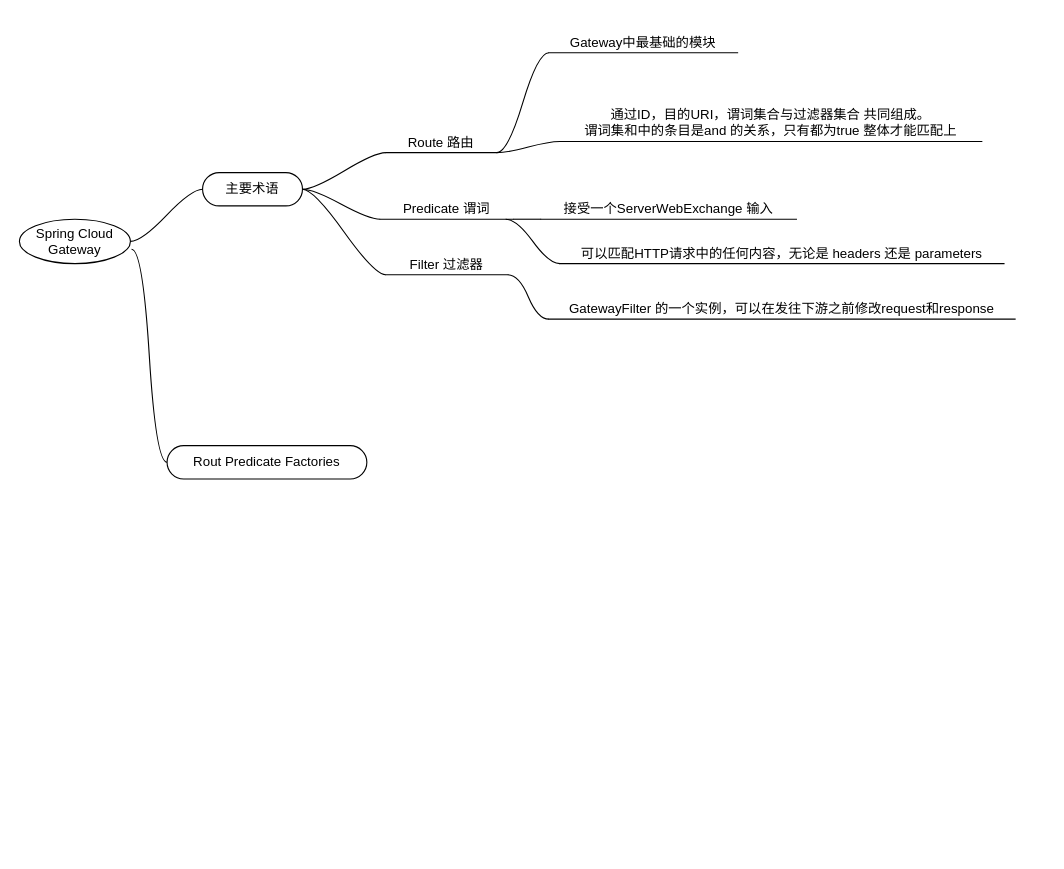
XiongZen/springLearn keeps this draw.io diagram as Spring-cloud-Gateway.drawio. Above is the earlier version. Source tidied: cells renumbered, new cells numbered last; positions are measured from the earlier drawing's top-left corner, leaving out a move shared by most shapes. Both pictures are drawn from the tidied source at 111%, with x=0, y=0 at pixel (19, 19).
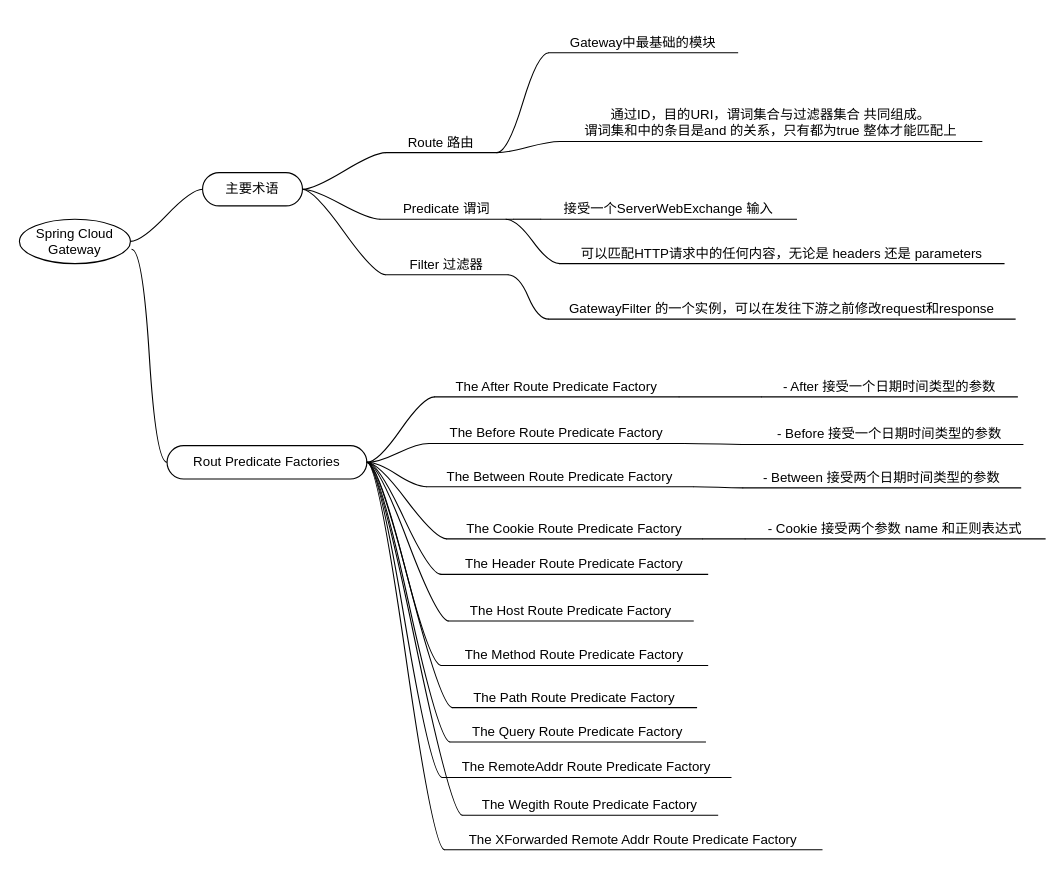
Above is the later version.

Unchanged cells that the change refers to:
```xml
<mxCell id="21" value="Rout Predicate Factories" style="whiteSpace=wrap;html=1;rounded=1;arcSize=50;align=center;verticalAlign=middle;strokeWidth=1;spacing=4;newEdgeStyle={&quot;edgeStyle&quot;:&quot;entityRelationEdgeStyle&quot;,&quot;startArrow&quot;:&quot;none&quot;,&quot;endArrow&quot;:&quot;none&quot;,&quot;segment&quot;:10,&quot;curved&quot;:1,&quot;sourcePerimeterSpacing&quot;:0,&quot;targetPerimeterSpacing&quot;:0};" parent="1" vertex="1">
  <mxGeometry x="133" y="384" width="180" height="30" as="geometry" />
</mxCell>
```

Diff of the diagram source:
```diff
@@
+    <mxCell id="23" style="edgeStyle=entityRelationEdgeStyle;rounded=0;jettySize=auto;html=1;startArrow=none;endArrow=none;segment=10;curved=1;sourcePerimeterSpacing=0;targetPerimeterSpacing=0;exitX=1;exitY=0.5;exitDx=0;exitDy=0;" parent="1" edge="1" source="21" target="29">
+      <mxGeometry relative="1" as="geometry" />
+    </mxCell>
+    <mxCell id="24" style="edgeStyle=entityRelationEdgeStyle;rounded=0;jettySize=auto;html=1;startArrow=none;endArrow=none;segment=10;curved=1;sourcePerimeterSpacing=0;targetPerimeterSpacing=0;" parent="1" edge="1" source="25" target="51">
+      <mxGeometry relative="1" as="geometry" />
+    </mxCell>
+    <mxCell id="25" value="The After Route Predicate Factory" style="whiteSpace=wrap;html=1;shape=partialRectangle;top=0;left=0;bottom=1;right=0;points=[[0,1],[1,1]];fillColor=none;align=center;verticalAlign=bottom;routingCenterY=0.5;snapToPoint=1;newEdgeStyle={&quot;edgeStyle&quot;:&quot;entityRelationEdgeStyle&quot;,&quot;startArrow&quot;:&quot;none&quot;,&quot;endArrow&quot;:&quot;none&quot;,&quot;segment&quot;:10,&quot;curved&quot;:1,&quot;sourcePerimeterSpacing&quot;:0,&quot;targetPerimeterSpacing&quot;:0};" parent="1" vertex="1">
+      <mxGeometry x="374" y="310" width="220" height="30" as="geometry" />
+    </mxCell>
+    <mxCell id="26" style="edgeStyle=entityRelationEdgeStyle;startArrow=none;endArrow=none;segment=10;curved=1;sourcePerimeterSpacing=0;targetPerimeterSpacing=0;rounded=0;" parent="1" edge="1" source="21" target="25">
+      <mxGeometry relative="1" as="geometry" />
+    </mxCell>
+    <mxCell id="27" style="edgeStyle=entityRelationEdgeStyle;rounded=0;jettySize=auto;html=1;startArrow=none;endArrow=none;segment=10;curved=1;sourcePerimeterSpacing=0;targetPerimeterSpacing=0;" parent="1" edge="1" source="21" target="32">
+      <mxGeometry relative="1" as="geometry" />
+    </mxCell>
+    <mxCell id="28" style="edgeStyle=entityRelationEdgeStyle;rounded=0;jettySize=auto;html=1;startArrow=none;endArrow=none;segment=10;curved=1;sourcePerimeterSpacing=0;targetPerimeterSpacing=0;" parent="1" edge="1" source="29" target="52">
+      <mxGeometry relative="1" as="geometry" />
+    </mxCell>
+    <mxCell id="29" value="The Before Route Predicate Factory" style="whiteSpace=wrap;html=1;shape=partialRectangle;top=0;left=0;bottom=1;right=0;points=[[0,1],[1,1]];fillColor=none;align=center;verticalAlign=bottom;routingCenterY=0.5;snapToPoint=1;newEdgeStyle={&quot;edgeStyle&quot;:&quot;entityRelationEdgeStyle&quot;,&quot;startArrow&quot;:&quot;none&quot;,&quot;endArrow&quot;:&quot;none&quot;,&quot;segment&quot;:10,&quot;curved&quot;:1,&quot;sourcePerimeterSpacing&quot;:0,&quot;targetPerimeterSpacing&quot;:0};" parent="1" vertex="1">
+      <mxGeometry x="369" y="352" width="230" height="30" as="geometry" />
+    </mxCell>
+    <mxCell id="30" style="edgeStyle=entityRelationEdgeStyle;rounded=0;jettySize=auto;html=1;startArrow=none;endArrow=none;segment=10;curved=1;sourcePerimeterSpacing=0;targetPerimeterSpacing=0;" parent="1" edge="1" source="21" target="35">
+      <mxGeometry relative="1" as="geometry" />
+    </mxCell>
+    <mxCell id="31" style="edgeStyle=entityRelationEdgeStyle;rounded=0;jettySize=auto;html=1;startArrow=none;endArrow=none;segment=10;curved=1;sourcePerimeterSpacing=0;targetPerimeterSpacing=0;" parent="1" edge="1" source="32" target="53">
+      <mxGeometry relative="1" as="geometry" />
+    </mxCell>
+    <mxCell id="32" value="The Between Route Predicate Factory" style="whiteSpace=wrap;html=1;shape=partialRectangle;top=0;left=0;bottom=1;right=0;points=[[0,1],[1,1]];fillColor=none;align=center;verticalAlign=bottom;routingCenterY=0.5;snapToPoint=1;newEdgeStyle={&quot;edgeStyle&quot;:&quot;entityRelationEdgeStyle&quot;,&quot;startArrow&quot;:&quot;none&quot;,&quot;endArrow&quot;:&quot;none&quot;,&quot;segment&quot;:10,&quot;curved&quot;:1,&quot;sourcePerimeterSpacing&quot;:0,&quot;targetPerimeterSpacing&quot;:0};" parent="1" vertex="1">
+      <mxGeometry x="367" y="391" width="240" height="30" as="geometry" />
+    </mxCell>
+    <mxCell id="33" style="edgeStyle=entityRelationEdgeStyle;rounded=0;jettySize=auto;html=1;startArrow=none;endArrow=none;segment=10;curved=1;sourcePerimeterSpacing=0;targetPerimeterSpacing=0;" parent="1" edge="1" source="21" target="37">
+      <mxGeometry relative="1" as="geometry">
+        <Array as="points">
+          <mxPoint x="300" y="420" />
+        </Array>
+      </mxGeometry>
+    </mxCell>
+    <mxCell id="34" style="edgeStyle=entityRelationEdgeStyle;rounded=0;jettySize=auto;html=1;startArrow=none;endArrow=none;segment=10;curved=1;sourcePerimeterSpacing=0;targetPerimeterSpacing=0;" parent="1" edge="1" source="35" target="54">
+      <mxGeometry relative="1" as="geometry" />
+    </mxCell>
+    <mxCell id="35" value="The Cookie Route Predicate Factory" style="whiteSpace=wrap;html=1;shape=partialRectangle;top=0;left=0;bottom=1;right=0;points=[[0,1],[1,1]];fillColor=none;align=center;verticalAlign=bottom;routingCenterY=0.5;snapToPoint=1;newEdgeStyle={&quot;edgeStyle&quot;:&quot;entityRelationEdgeStyle&quot;,&quot;startArrow&quot;:&quot;none&quot;,&quot;endArrow&quot;:&quot;none&quot;,&quot;segment&quot;:10,&quot;curved&quot;:1,&quot;sourcePerimeterSpacing&quot;:0,&quot;targetPerimeterSpacing&quot;:0};" parent="1" vertex="1">
+      <mxGeometry x="385" y="438" width="230" height="30" as="geometry" />
+    </mxCell>
+    <mxCell id="36" style="edgeStyle=entityRelationEdgeStyle;rounded=0;jettySize=auto;html=1;startArrow=none;endArrow=none;segment=10;curved=1;sourcePerimeterSpacing=0;targetPerimeterSpacing=0;" parent="1" edge="1" source="21" target="39">
+      <mxGeometry relative="1" as="geometry" />
+    </mxCell>
+    <mxCell id="37" value="The Header Route Predicate Factory" style="whiteSpace=wrap;html=1;shape=partialRectangle;top=0;left=0;bottom=1;right=0;points=[[0,1],[1,1]];fillColor=none;align=center;verticalAlign=bottom;routingCenterY=0.5;snapToPoint=1;newEdgeStyle={&quot;edgeStyle&quot;:&quot;entityRelationEdgeStyle&quot;,&quot;startArrow&quot;:&quot;none&quot;,&quot;endArrow&quot;:&quot;none&quot;,&quot;segment&quot;:10,&quot;curved&quot;:1,&quot;sourcePerimeterSpacing&quot;:0,&quot;targetPerimeterSpacing&quot;:0};" parent="1" vertex="1">
+      <mxGeometry x="380" y="470" width="240" height="30" as="geometry" />
+    </mxCell>
+    <mxCell id="38" style="edgeStyle=entityRelationEdgeStyle;rounded=0;jettySize=auto;html=1;startArrow=none;endArrow=none;segment=10;curved=1;sourcePerimeterSpacing=0;targetPerimeterSpacing=0;" parent="1" edge="1" source="21" target="41">
+      <mxGeometry relative="1" as="geometry" />
+    </mxCell>
+    <mxCell id="39" value="The Host Route Predicate Factory" style="whiteSpace=wrap;html=1;shape=partialRectangle;top=0;left=0;bottom=1;right=0;points=[[0,1],[1,1]];fillColor=none;align=center;verticalAlign=bottom;routingCenterY=0.5;snapToPoint=1;newEdgeStyle={&quot;edgeStyle&quot;:&quot;entityRelationEdgeStyle&quot;,&quot;startArrow&quot;:&quot;none&quot;,&quot;endArrow&quot;:&quot;none&quot;,&quot;segment&quot;:10,&quot;curved&quot;:1,&quot;sourcePerimeterSpacing&quot;:0,&quot;targetPerimeterSpacing&quot;:0};" parent="1" vertex="1">
+      <mxGeometry x="387" y="512" width="220" height="30" as="geometry" />
+    </mxCell>
+    <mxCell id="40" style="edgeStyle=entityRelationEdgeStyle;rounded=0;jettySize=auto;html=1;startArrow=none;endArrow=none;segment=10;curved=1;sourcePerimeterSpacing=0;targetPerimeterSpacing=0;" parent="1" edge="1" source="21" target="43">
+      <mxGeometry relative="1" as="geometry" />
+    </mxCell>
+    <mxCell id="41" value="The Method Route Predicate Factory" style="whiteSpace=wrap;html=1;shape=partialRectangle;top=0;left=0;bottom=1;right=0;points=[[0,1],[1,1]];fillColor=none;align=center;verticalAlign=bottom;routingCenterY=0.5;snapToPoint=1;newEdgeStyle={&quot;edgeStyle&quot;:&quot;entityRelationEdgeStyle&quot;,&quot;startArrow&quot;:&quot;none&quot;,&quot;endArrow&quot;:&quot;none&quot;,&quot;segment&quot;:10,&quot;curved&quot;:1,&quot;sourcePerimeterSpacing&quot;:0,&quot;targetPerimeterSpacing&quot;:0};" parent="1" vertex="1">
+      <mxGeometry x="380" y="552" width="240" height="30" as="geometry" />
+    </mxCell>
+    <mxCell id="42" style="edgeStyle=entityRelationEdgeStyle;rounded=0;jettySize=auto;html=1;startArrow=none;endArrow=none;segment=10;curved=1;sourcePerimeterSpacing=0;targetPerimeterSpacing=0;" parent="1" edge="1" source="21" target="45">
+      <mxGeometry relative="1" as="geometry" />
+    </mxCell>
+    <mxCell id="43" value="The Path Route Predicate Factory" style="whiteSpace=wrap;html=1;shape=partialRectangle;top=0;left=0;bottom=1;right=0;points=[[0,1],[1,1]];fillColor=none;align=center;verticalAlign=bottom;routingCenterY=0.5;snapToPoint=1;newEdgeStyle={&quot;edgeStyle&quot;:&quot;entityRelationEdgeStyle&quot;,&quot;startArrow&quot;:&quot;none&quot;,&quot;endArrow&quot;:&quot;none&quot;,&quot;segment&quot;:10,&quot;curved&quot;:1,&quot;sourcePerimeterSpacing&quot;:0,&quot;targetPerimeterSpacing&quot;:0};" parent="1" vertex="1">
+      <mxGeometry x="390" y="590" width="220" height="30" as="geometry" />
+    </mxCell>
+    <mxCell id="44" style="edgeStyle=entityRelationEdgeStyle;rounded=0;jettySize=auto;html=1;startArrow=none;endArrow=none;segment=10;curved=1;sourcePerimeterSpacing=0;targetPerimeterSpacing=0;exitX=1;exitY=0.5;exitDx=0;exitDy=0;" parent="1" edge="1" source="21" target="47">
+      <mxGeometry relative="1" as="geometry" />
+    </mxCell>
+    <mxCell id="45" value="The Query Route Predicate Factory" style="whiteSpace=wrap;html=1;shape=partialRectangle;top=0;left=0;bottom=1;right=0;points=[[0,1],[1,1]];fillColor=none;align=center;verticalAlign=bottom;routingCenterY=0.5;snapToPoint=1;newEdgeStyle={&quot;edgeStyle&quot;:&quot;entityRelationEdgeStyle&quot;,&quot;startArrow&quot;:&quot;none&quot;,&quot;endArrow&quot;:&quot;none&quot;,&quot;segment&quot;:10,&quot;curved&quot;:1,&quot;sourcePerimeterSpacing&quot;:0,&quot;targetPerimeterSpacing&quot;:0};" parent="1" vertex="1">
+      <mxGeometry x="388" y="621" width="230" height="30" as="geometry" />
+    </mxCell>
+    <mxCell id="46" style="edgeStyle=entityRelationEdgeStyle;rounded=0;jettySize=auto;html=1;startArrow=none;endArrow=none;segment=10;curved=1;sourcePerimeterSpacing=0;targetPerimeterSpacing=0;" parent="1" edge="1" source="21" target="49">
+      <mxGeometry relative="1" as="geometry" />
+    </mxCell>
+    <mxCell id="47" value="The RemoteAddr Route Predicate Factory" style="whiteSpace=wrap;html=1;shape=partialRectangle;top=0;left=0;bottom=1;right=0;points=[[0,1],[1,1]];fillColor=none;align=center;verticalAlign=bottom;routingCenterY=0.5;snapToPoint=1;newEdgeStyle={&quot;edgeStyle&quot;:&quot;entityRelationEdgeStyle&quot;,&quot;startArrow&quot;:&quot;none&quot;,&quot;endArrow&quot;:&quot;none&quot;,&quot;segment&quot;:10,&quot;curved&quot;:1,&quot;sourcePerimeterSpacing&quot;:0,&quot;targetPerimeterSpacing&quot;:0};" parent="1" vertex="1">
+      <mxGeometry x="381" y="653" width="260" height="30" as="geometry" />
+    </mxCell>
+    <mxCell id="48" style="edgeStyle=entityRelationEdgeStyle;rounded=0;jettySize=auto;html=1;startArrow=none;endArrow=none;segment=10;curved=1;sourcePerimeterSpacing=0;targetPerimeterSpacing=0;" parent="1" edge="1" source="21" target="50">
+      <mxGeometry relative="1" as="geometry" />
+    </mxCell>
+    <mxCell id="49" value="The Wegith Route Predicate Factory" style="whiteSpace=wrap;html=1;shape=partialRectangle;top=0;left=0;bottom=1;right=0;points=[[0,1],[1,1]];fillColor=none;align=center;verticalAlign=bottom;routingCenterY=0.5;snapToPoint=1;newEdgeStyle={&quot;edgeStyle&quot;:&quot;entityRelationEdgeStyle&quot;,&quot;startArrow&quot;:&quot;none&quot;,&quot;endArrow&quot;:&quot;none&quot;,&quot;segment&quot;:10,&quot;curved&quot;:1,&quot;sourcePerimeterSpacing&quot;:0,&quot;targetPerimeterSpacing&quot;:0};" parent="1" vertex="1">
+      <mxGeometry x="399" y="687" width="230" height="30" as="geometry" />
+    </mxCell>
+    <mxCell id="50" value="The XForwarded Remote Addr Route Predicate Factory" style="whiteSpace=wrap;html=1;shape=partialRectangle;top=0;left=0;bottom=1;right=0;points=[[0,1],[1,1]];fillColor=none;align=center;verticalAlign=bottom;routingCenterY=0.5;snapToPoint=1;newEdgeStyle={&quot;edgeStyle&quot;:&quot;entityRelationEdgeStyle&quot;,&quot;startArrow&quot;:&quot;none&quot;,&quot;endArrow&quot;:&quot;none&quot;,&quot;segment&quot;:10,&quot;curved&quot;:1,&quot;sourcePerimeterSpacing&quot;:0,&quot;targetPerimeterSpacing&quot;:0};" parent="1" vertex="1">
+      <mxGeometry x="383" y="718" width="340" height="30" as="geometry" />
+    </mxCell>
+    <mxCell id="51" value="- After 接受一个日期时间类型的参数" style="whiteSpace=wrap;html=1;shape=partialRectangle;top=0;left=0;bottom=1;right=0;points=[[0,1],[1,1]];fillColor=none;align=center;verticalAlign=bottom;routingCenterY=0.5;snapToPoint=1;newEdgeStyle={&quot;edgeStyle&quot;:&quot;entityRelationEdgeStyle&quot;,&quot;startArrow&quot;:&quot;none&quot;,&quot;endArrow&quot;:&quot;none&quot;,&quot;segment&quot;:10,&quot;curved&quot;:1,&quot;sourcePerimeterSpacing&quot;:0,&quot;targetPerimeterSpacing&quot;:0};" parent="1" vertex="1">
+      <mxGeometry x="669" y="310" width="230" height="30" as="geometry" />
+    </mxCell>
+    <mxCell id="52" value="- Before 接受一个日期时间类型的参数" style="whiteSpace=wrap;html=1;shape=partialRectangle;top=0;left=0;bottom=1;right=0;points=[[0,1],[1,1]];fillColor=none;align=center;verticalAlign=bottom;routingCenterY=0.5;snapToPoint=1;newEdgeStyle={&quot;edgeStyle&quot;:&quot;entityRelationEdgeStyle&quot;,&quot;startArrow&quot;:&quot;none&quot;,&quot;endArrow&quot;:&quot;none&quot;,&quot;segment&quot;:10,&quot;curved&quot;:1,&quot;sourcePerimeterSpacing&quot;:0,&quot;targetPerimeterSpacing&quot;:0};" parent="1" vertex="1">
+      <mxGeometry x="664" y="353" width="240" height="30" as="geometry" />
+    </mxCell>
+    <mxCell id="53" value="- Between 接受两个日期时间类型的参数" style="whiteSpace=wrap;html=1;shape=partialRectangle;top=0;left=0;bottom=1;right=0;points=[[0,1],[1,1]];fillColor=none;align=center;verticalAlign=bottom;routingCenterY=0.5;snapToPoint=1;newEdgeStyle={&quot;edgeStyle&quot;:&quot;entityRelationEdgeStyle&quot;,&quot;startArrow&quot;:&quot;none&quot;,&quot;endArrow&quot;:&quot;none&quot;,&quot;segment&quot;:10,&quot;curved&quot;:1,&quot;sourcePerimeterSpacing&quot;:0,&quot;targetPerimeterSpacing&quot;:0};" parent="1" vertex="1">
+      <mxGeometry x="652" y="392" width="250" height="30" as="geometry" />
+    </mxCell>
+    <mxCell id="54" value="- Cookie 接受两个参数 name 和正则表达式" style="whiteSpace=wrap;html=1;shape=partialRectangle;top=0;left=0;bottom=1;right=0;points=[[0,1],[1,1]];fillColor=none;align=center;verticalAlign=bottom;routingCenterY=0.5;snapToPoint=1;newEdgeStyle={&quot;edgeStyle&quot;:&quot;entityRelationEdgeStyle&quot;,&quot;startArrow&quot;:&quot;none&quot;,&quot;endArrow&quot;:&quot;none&quot;,&quot;segment&quot;:10,&quot;curved&quot;:1,&quot;sourcePerimeterSpacing&quot;:0,&quot;targetPerimeterSpacing&quot;:0};" parent="1" vertex="1">
+      <mxGeometry x="654" y="438" width="270" height="30" as="geometry" />
+    </mxCell>
```
